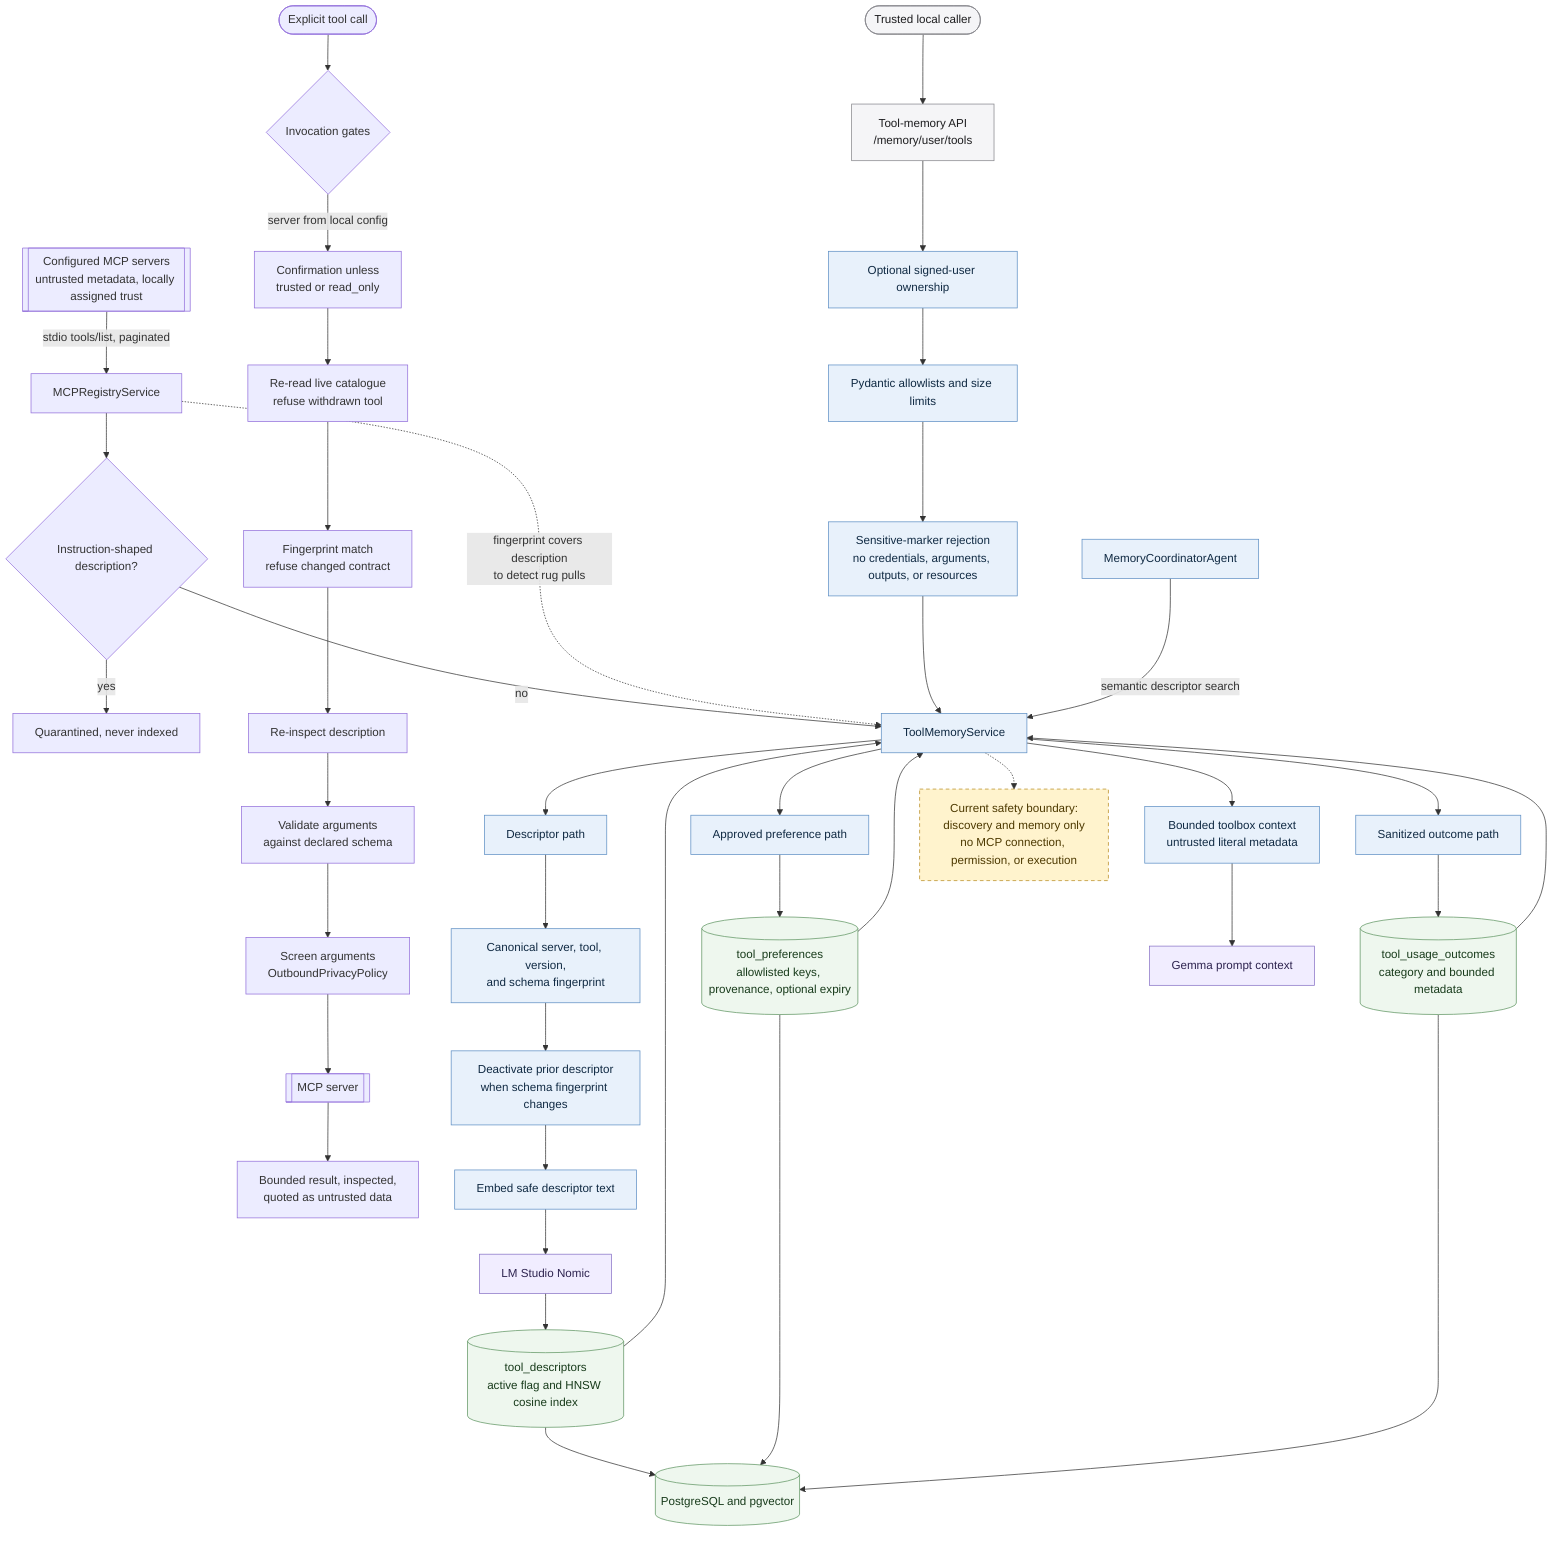
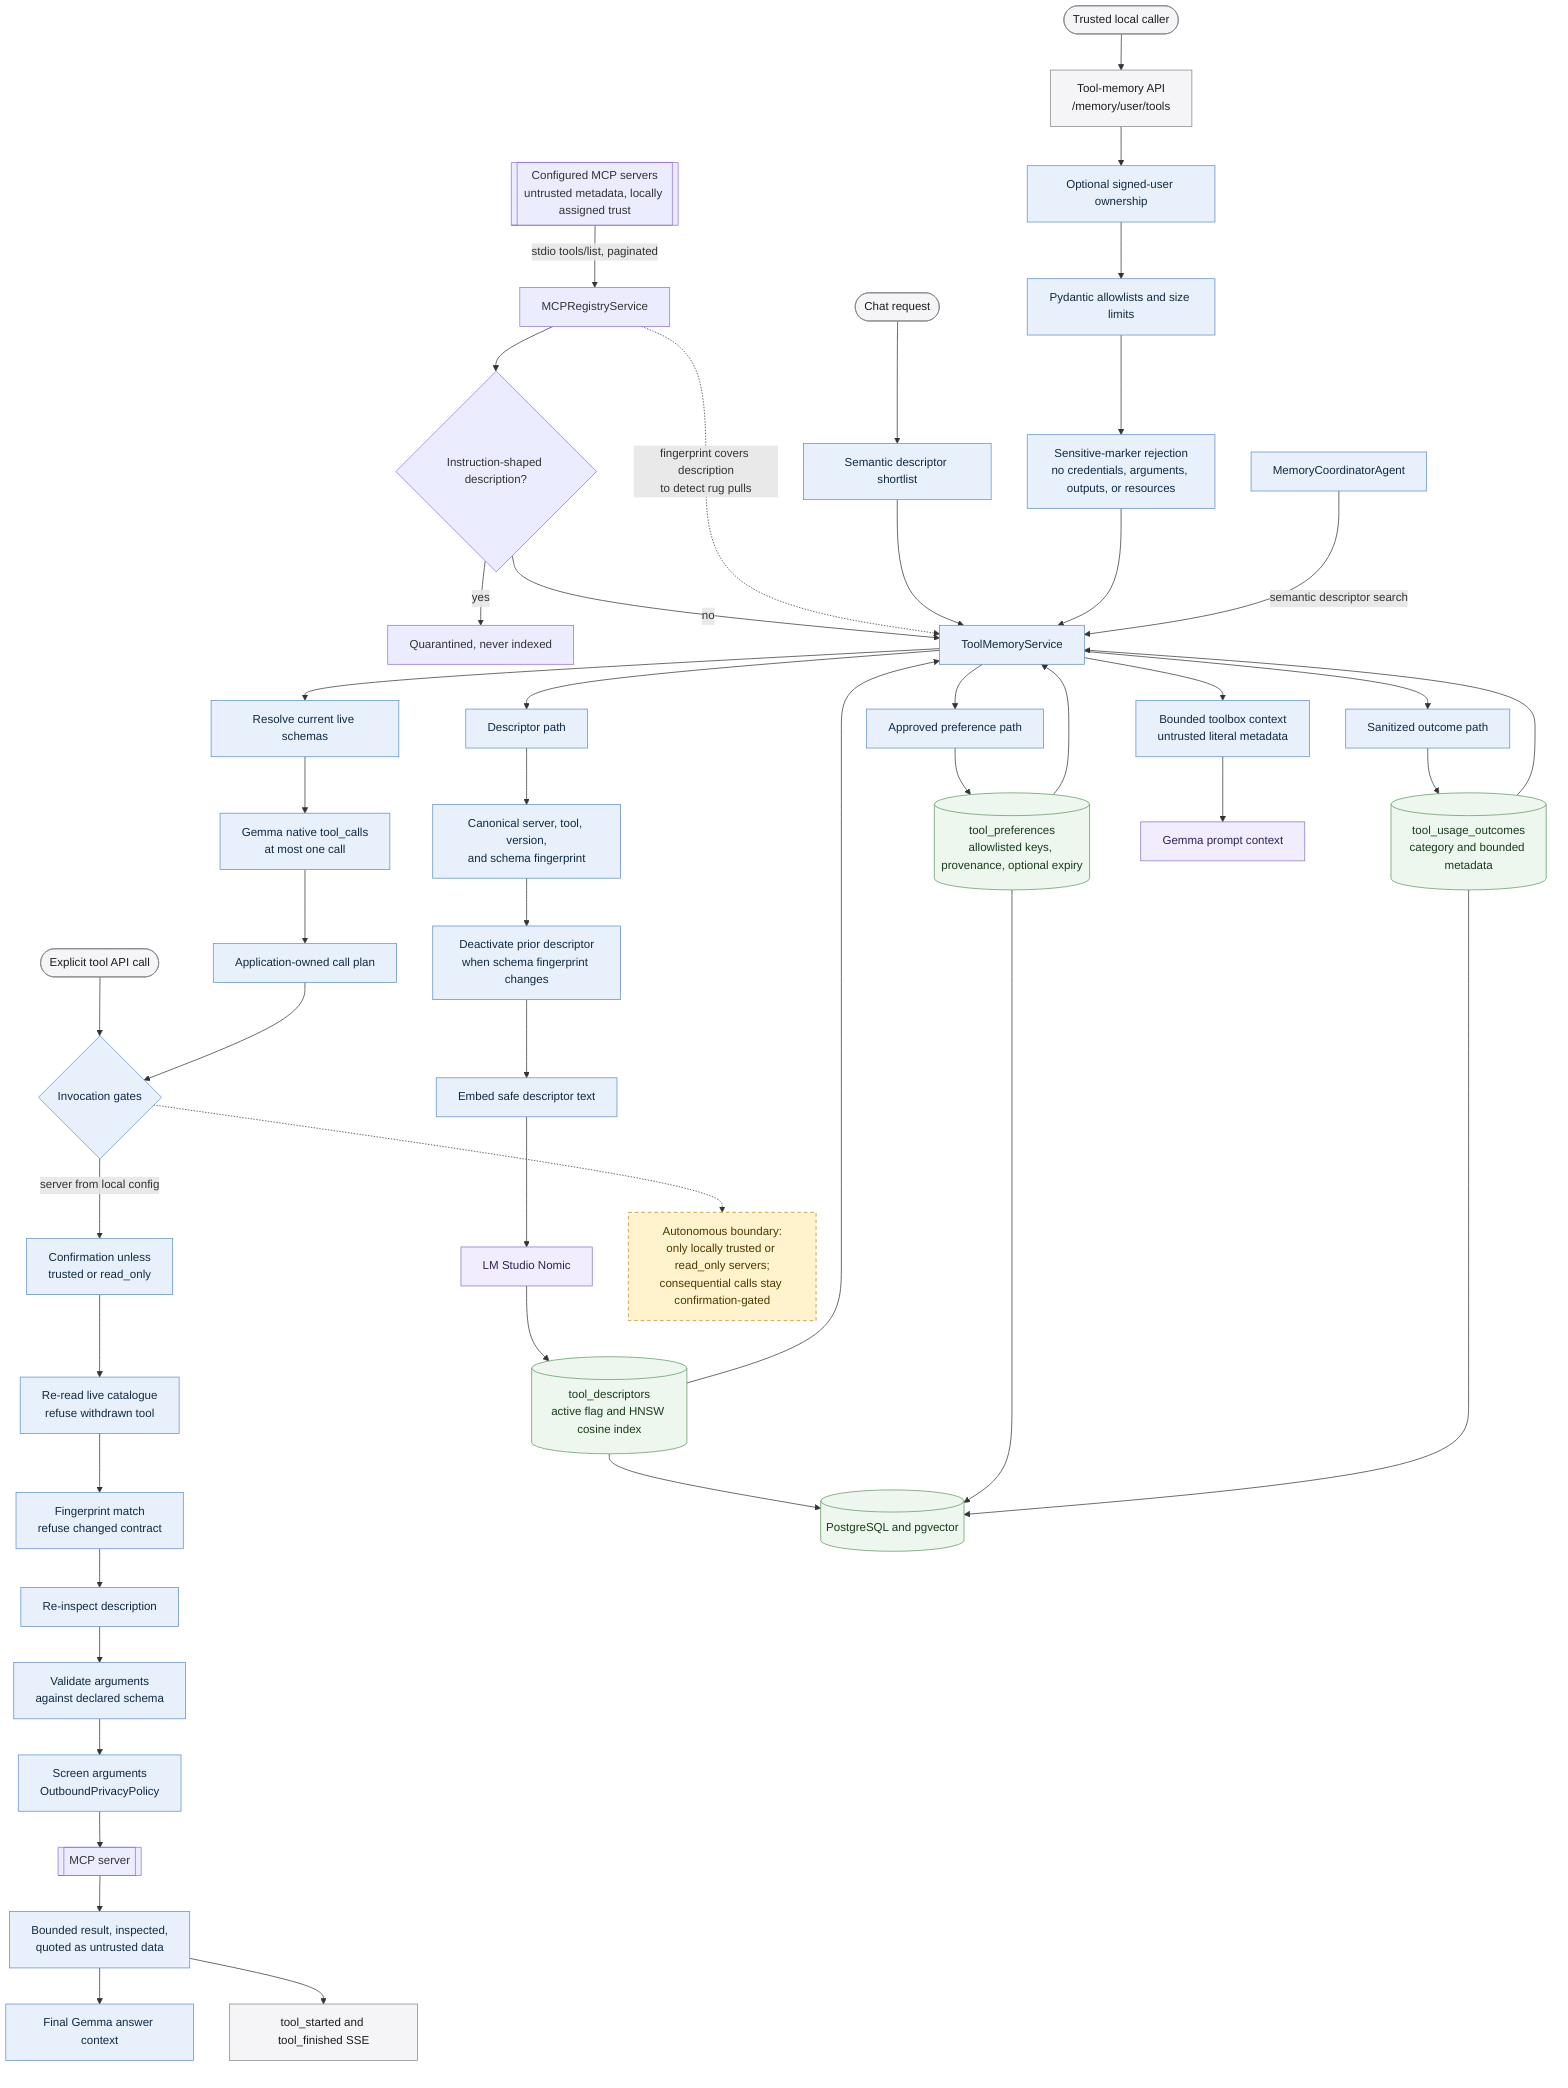
flowchart TB
    MCPServers[[Configured MCP servers<br/>untrusted metadata, locally assigned trust]]
    MCPServers -->|stdio tools/list, paginated| Discovery[MCPRegistryService]
    Discovery --> Poison{Instruction-shaped description?}
    Poison -->|yes| Quarantine[Quarantined, never indexed]
    Poison -->|no| Service
    Discovery -. fingerprint covers description<br/>to detect rug pulls .-> Service

-     Invoke([Explicit tool call]) --> Gates{Invocation gates}
+     Chat([Chat request]) --> SearchDescriptors[Semantic descriptor shortlist]
+     SearchDescriptors --> Service
+     Service --> LiveSelection[Resolve current live schemas]
+     LiveSelection --> GemmaSelect[Gemma native tool_calls<br/>at most one call]
+     GemmaSelect --> Invoke[Application-owned call plan]
+ 
+     Explicit([Explicit tool API call]) --> Gates{Invocation gates}
+     Invoke --> Gates
    Gates -->|server from local config| G1[Confirmation unless<br/>trusted or read_only]
    G1 --> G2[Re-read live catalogue<br/>refuse withdrawn tool]
    G2 --> G3[Fingerprint match<br/>refuse changed contract]
    G3 --> G4[Re-inspect description]
    G4 --> G5[Validate arguments<br/>against declared schema]
    G5 --> G6[Screen arguments<br/>OutboundPrivacyPolicy]
    G6 --> Server[[MCP server]]
    Server --> Bounded[Bounded result, inspected,<br/>quoted as untrusted data]
+     Bounded --> Prompt[Final Gemma answer context]
+     Bounded --> ToolEvents[tool_started and tool_finished SSE]

    Caller([Trusted local caller]) --> ToolAPI[Tool-memory API<br/>/memory/user/tools]
    ToolAPI --> Ownership[Optional signed-user ownership]
    Ownership --> Schema[Pydantic allowlists and size limits]
    Schema --> Sensitive[Sensitive-marker rejection<br/>no credentials, arguments, outputs, or resources]
    Sensitive --> Service[ToolMemoryService]

    Service --> DescriptorPath[Descriptor path]
    DescriptorPath --> Identity[Canonical server, tool, version,<br/>and schema fingerprint]
    Identity --> Deactivate[Deactivate prior descriptor<br/>when schema fingerprint changes]
    Deactivate --> Embed[Embed safe descriptor text]
    Embed --> Nomic[LM Studio Nomic]
    Nomic --> Descriptors[(tool_descriptors<br/>active flag and HNSW cosine index)]

    Service --> PreferencePath[Approved preference path]
    PreferencePath --> Preferences[(tool_preferences<br/>allowlisted keys, provenance, optional expiry)]
    Service --> OutcomePath[Sanitized outcome path]
    OutcomePath --> Outcomes[(tool_usage_outcomes<br/>category and bounded metadata)]

    Coordinator[MemoryCoordinatorAgent] -->|semantic descriptor search| Service
    Descriptors --> Service
    Preferences --> Service
    Outcomes --> Service
    Service --> Toolbox[Bounded toolbox context<br/>untrusted literal metadata]
    Toolbox --> Gemma[Gemma prompt context]

    Database[(PostgreSQL and pgvector)]
    Descriptors --> Database
    Preferences --> Database
    Outcomes --> Database

-     Boundary[Current safety boundary:<br/>discovery and memory only<br/>no MCP connection, permission, or execution]
-     Service -.-> Boundary
+     Boundary[Autonomous boundary:<br/>only locally trusted or read_only servers;<br/>consequential calls stay confirmation-gated]
+     Gates -.-> Boundary

    classDef interface fill:#f5f5f7,stroke:#86868b,color:#1d1d1f;
    classDef application fill:#e8f1fb,stroke:#5e8fc4,color:#102a43;
    classDef data fill:#eef7ee,stroke:#5f9562,color:#183b1b;
    classDef external fill:#f1edff,stroke:#8872c6,color:#2e2450;
    classDef warning fill:#fff3cd,stroke:#b78b20,color:#4d3900,stroke-dasharray:5 4;
-     class Caller,ToolAPI interface;
-     class Ownership,Schema,Sensitive,Service,DescriptorPath,Identity,Deactivate,Embed,PreferencePath,OutcomePath,Coordinator,Toolbox application;
+     class Caller,ToolAPI,Chat,Explicit,ToolEvents interface;
+     class Ownership,Schema,Sensitive,Service,DescriptorPath,Identity,Deactivate,Embed,PreferencePath,OutcomePath,Coordinator,Toolbox,SearchDescriptors,LiveSelection,GemmaSelect,Invoke,Gates,G1,G2,G3,G4,G5,G6,Bounded,Prompt application;
    class Descriptors,Preferences,Outcomes,Database data;
    class Nomic,Gemma external;
    class Boundary warning;
